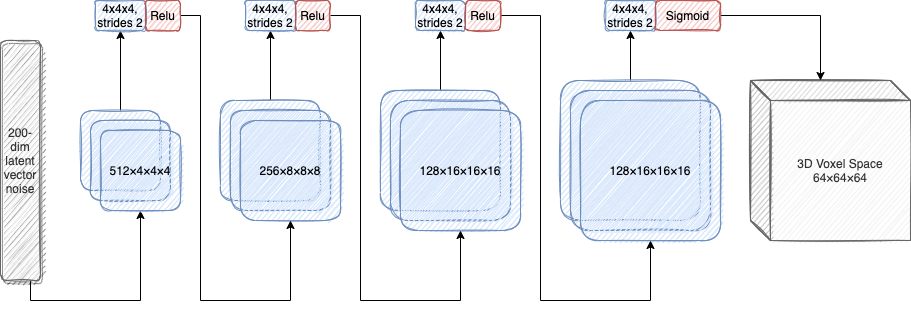
The draw.io diagram GAN/3D-GAN & 3D-VAE-GAN/1610.07584.drawio.png in ZizhengYang/AI-Paper-Collection, before a commit. Source tidied: cells renumbered, new cells last; positions are measured from the earlier drawing's top-left corner, leaving out a move shared by most shapes. Source of this version:
```xml
<mxGraphModel>
  <root>
    <mxCell id="0" />
    <mxCell id="1" parent="0" />
    <mxCell id="2" style="edgeStyle=orthogonalEdgeStyle;rounded=0;jettySize=auto;html=1;entryX=0.5;entryY=1;entryDx=0;entryDy=0;" parent="1" edge="1" source="3" target="14">
      <mxGeometry relative="1" as="geometry">
        <Array as="points">
          <mxPoint x="30" y="300" />
          <mxPoint x="140" y="300" />
        </Array>
      </mxGeometry>
    </mxCell>
    <mxCell id="3" value="200-dim&lt;br&gt;latent vector noise" style="rounded=1;whiteSpace=wrap;html=1;fillColor=#f5f5f5;fontColor=#333333;strokeColor=#666666;sketch=1;glass=0;shadow=1;" parent="1" vertex="1">
      <mxGeometry y="40" width="40" height="240" as="geometry" />
    </mxCell>
    <mxCell id="4" style="edgeStyle=orthogonalEdgeStyle;rounded=0;jettySize=auto;html=1;entryX=0.5;entryY=1;entryDx=0;entryDy=0;" parent="1" edge="1" source="5" target="21">
      <mxGeometry relative="1" as="geometry" />
    </mxCell>
    <mxCell id="5" style="rounded=1;whiteSpace=wrap;html=1;shadow=0;glass=0;sketch=1;fillColor=#dae8fc;strokeColor=#6c8ebf;" parent="1" vertex="1">
      <mxGeometry x="80" y="110" width="80" height="80" as="geometry" />
    </mxCell>
    <mxCell id="6" style="edgeStyle=orthogonalEdgeStyle;rounded=0;jettySize=auto;html=1;entryX=0.5;entryY=1;entryDx=0;entryDy=0;" parent="1" edge="1" source="7" target="22">
      <mxGeometry relative="1" as="geometry" />
    </mxCell>
    <mxCell id="7" style="rounded=1;whiteSpace=wrap;html=1;shadow=0;glass=0;sketch=1;fillColor=#dae8fc;strokeColor=#6c8ebf;" parent="1" vertex="1">
      <mxGeometry x="220" y="100" width="100" height="100" as="geometry" />
    </mxCell>
    <mxCell id="8" style="edgeStyle=orthogonalEdgeStyle;rounded=0;jettySize=auto;html=1;entryX=0.5;entryY=1;entryDx=0;entryDy=0;" parent="1" edge="1" source="9" target="23">
      <mxGeometry relative="1" as="geometry" />
    </mxCell>
    <mxCell id="9" style="rounded=1;whiteSpace=wrap;html=1;shadow=0;glass=0;sketch=1;fillColor=#dae8fc;strokeColor=#6c8ebf;" parent="1" vertex="1">
      <mxGeometry x="380" y="90" width="120" height="120" as="geometry" />
    </mxCell>
    <mxCell id="10" style="edgeStyle=orthogonalEdgeStyle;rounded=0;jettySize=auto;html=1;entryX=0.5;entryY=1;entryDx=0;entryDy=0;" parent="1" edge="1" source="11" target="30">
      <mxGeometry relative="1" as="geometry" />
    </mxCell>
    <mxCell id="11" style="rounded=1;whiteSpace=wrap;html=1;shadow=0;glass=0;sketch=1;fillColor=#dae8fc;strokeColor=#6c8ebf;" parent="1" vertex="1">
      <mxGeometry x="560" y="80" width="140" height="140" as="geometry" />
    </mxCell>
    <mxCell id="12" value="3D Voxel Space&lt;br/&gt;64×64×64" style="shape=cube;whiteSpace=wrap;html=1;boundedLbl=1;backgroundOutline=1;darkOpacity=0.05;darkOpacity2=0.1;shadow=0;glass=0;sketch=1;fillColor=#f5f5f5;strokeColor=#666666;fontColor=#333333;" parent="1" vertex="1">
      <mxGeometry x="750" y="80" width="160" height="160" as="geometry" />
    </mxCell>
    <mxCell id="13" style="rounded=1;whiteSpace=wrap;html=1;shadow=0;glass=0;sketch=1;fillColor=#dae8fc;strokeColor=#6c8ebf;" parent="1" vertex="1">
      <mxGeometry x="90" y="120" width="80" height="80" as="geometry" />
    </mxCell>
    <mxCell id="14" value="512×4×4×4" style="rounded=1;whiteSpace=wrap;html=1;shadow=0;glass=0;sketch=1;fillColor=#dae8fc;strokeColor=#6c8ebf;" parent="1" vertex="1">
      <mxGeometry x="100" y="130" width="80" height="80" as="geometry" />
    </mxCell>
    <mxCell id="15" style="rounded=1;whiteSpace=wrap;html=1;shadow=0;glass=0;sketch=1;fillColor=#dae8fc;strokeColor=#6c8ebf;" parent="1" vertex="1">
      <mxGeometry x="230" y="110" width="100" height="100" as="geometry" />
    </mxCell>
    <mxCell id="16" value="256×8×8×8" style="rounded=1;whiteSpace=wrap;html=1;shadow=0;glass=0;sketch=1;fillColor=#dae8fc;strokeColor=#6c8ebf;" parent="1" vertex="1">
      <mxGeometry x="240" y="120" width="100" height="100" as="geometry" />
    </mxCell>
    <mxCell id="17" style="rounded=1;whiteSpace=wrap;html=1;shadow=0;glass=0;sketch=1;fillColor=#dae8fc;strokeColor=#6c8ebf;" parent="1" vertex="1">
      <mxGeometry x="390" y="100" width="120" height="120" as="geometry" />
    </mxCell>
    <mxCell id="18" value="128×16×16×16" style="rounded=1;whiteSpace=wrap;html=1;shadow=0;glass=0;sketch=1;fillColor=#dae8fc;strokeColor=#6c8ebf;" parent="1" vertex="1">
      <mxGeometry x="400" y="110" width="120" height="120" as="geometry" />
    </mxCell>
    <mxCell id="19" style="rounded=1;whiteSpace=wrap;html=1;shadow=0;glass=0;sketch=1;fillColor=#dae8fc;strokeColor=#6c8ebf;" parent="1" vertex="1">
      <mxGeometry x="570" y="90" width="140" height="140" as="geometry" />
    </mxCell>
    <mxCell id="20" value="128×16×16×16" style="rounded=1;whiteSpace=wrap;html=1;shadow=0;glass=0;sketch=1;fillColor=#dae8fc;strokeColor=#6c8ebf;" parent="1" vertex="1">
      <mxGeometry x="580" y="100" width="140" height="140" as="geometry" />
    </mxCell>
    <mxCell id="21" value="4x4x4, strides 2" style="rounded=1;whiteSpace=wrap;html=1;shadow=0;glass=0;sketch=1;fillColor=#dae8fc;strokeColor=#6c8ebf;" parent="1" vertex="1">
      <mxGeometry x="95" width="50" height="30" as="geometry" />
    </mxCell>
    <mxCell id="22" value="4x4x4, strides 2" style="rounded=1;whiteSpace=wrap;html=1;shadow=0;glass=0;sketch=1;fillColor=#dae8fc;strokeColor=#6c8ebf;" parent="1" vertex="1">
      <mxGeometry x="245" width="50" height="30" as="geometry" />
    </mxCell>
    <mxCell id="23" value="4x4x4, strides 2" style="rounded=1;whiteSpace=wrap;html=1;shadow=0;glass=0;sketch=1;fillColor=#dae8fc;strokeColor=#6c8ebf;" parent="1" vertex="1">
      <mxGeometry x="415" width="50" height="30" as="geometry" />
    </mxCell>
    <mxCell id="24" style="edgeStyle=orthogonalEdgeStyle;rounded=0;jettySize=auto;html=1;entryX=0.5;entryY=1;entryDx=0;entryDy=0;" parent="1" edge="1" source="25" target="16">
      <mxGeometry relative="1" as="geometry">
        <Array as="points">
          <mxPoint x="200" y="15" />
          <mxPoint x="200" y="300" />
          <mxPoint x="290" y="300" />
        </Array>
      </mxGeometry>
    </mxCell>
    <mxCell id="25" value="Relu" style="rounded=1;whiteSpace=wrap;html=1;shadow=0;glass=0;sketch=1;fillColor=#f8cecc;strokeColor=#b85450;" parent="1" vertex="1">
      <mxGeometry x="145" width="35" height="30" as="geometry" />
    </mxCell>
    <mxCell id="26" style="edgeStyle=orthogonalEdgeStyle;rounded=0;jettySize=auto;html=1;entryX=0.5;entryY=1;entryDx=0;entryDy=0;" parent="1" edge="1" source="27" target="18">
      <mxGeometry relative="1" as="geometry">
        <Array as="points">
          <mxPoint x="360" y="15" />
          <mxPoint x="360" y="300" />
          <mxPoint x="460" y="300" />
        </Array>
      </mxGeometry>
    </mxCell>
    <mxCell id="27" value="Relu" style="rounded=1;whiteSpace=wrap;html=1;shadow=0;glass=0;sketch=1;fillColor=#f8cecc;strokeColor=#b85450;" parent="1" vertex="1">
      <mxGeometry x="295" width="35" height="30" as="geometry" />
    </mxCell>
    <mxCell id="28" style="edgeStyle=orthogonalEdgeStyle;rounded=0;jettySize=auto;html=1;entryX=0.5;entryY=1;entryDx=0;entryDy=0;" parent="1" edge="1" source="29" target="20">
      <mxGeometry relative="1" as="geometry">
        <Array as="points">
          <mxPoint x="540" y="15" />
          <mxPoint x="540" y="300" />
          <mxPoint x="650" y="300" />
        </Array>
      </mxGeometry>
    </mxCell>
    <mxCell id="29" value="Relu" style="rounded=1;whiteSpace=wrap;html=1;shadow=0;glass=0;sketch=1;fillColor=#f8cecc;strokeColor=#b85450;" parent="1" vertex="1">
      <mxGeometry x="465" width="35" height="30" as="geometry" />
    </mxCell>
    <mxCell id="30" value="4x4x4, strides 2" style="rounded=1;whiteSpace=wrap;html=1;shadow=0;glass=0;sketch=1;fillColor=#dae8fc;strokeColor=#6c8ebf;" parent="1" vertex="1">
      <mxGeometry x="605" width="50" height="30" as="geometry" />
    </mxCell>
    <mxCell id="31" style="edgeStyle=orthogonalEdgeStyle;rounded=0;jettySize=auto;html=1;entryX=0;entryY=0;entryDx=70;entryDy=0;entryPerimeter=0;" parent="1" edge="1" source="32" target="12">
      <mxGeometry relative="1" as="geometry" />
    </mxCell>
    <mxCell id="32" value="Sigmoid" style="rounded=1;whiteSpace=wrap;html=1;shadow=0;glass=0;sketch=1;fillColor=#f8cecc;strokeColor=#b85450;" parent="1" vertex="1">
      <mxGeometry x="655" width="65" height="30" as="geometry" />
    </mxCell>
  </root>
</mxGraphModel>
```
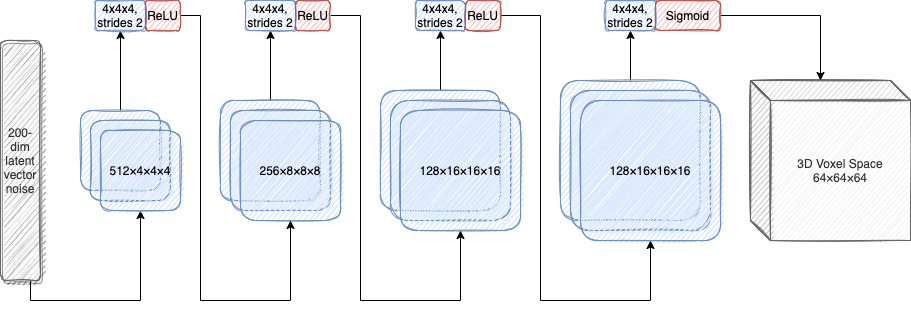
Above is the later version.

What changed in the source:
```diff
@@ -1,4 +1,4 @@
-<mxGraphModel>
+<mxGraphModel background="#ffffff">
   <root>
     <mxCell id="0" />
     <mxCell id="1" parent="0" />
@@ -82,7 +82,7 @@
         </Array>
       </mxGeometry>
     </mxCell>
-    <mxCell id="25" value="Relu" style="rounded=1;whiteSpace=wrap;html=1;shadow=0;glass=0;sketch=1;fillColor=#f8cecc;strokeColor=#b85450;" parent="1" vertex="1">
+    <mxCell id="25" value="ReLU" style="rounded=1;whiteSpace=wrap;html=1;shadow=0;glass=0;sketch=1;fillColor=#f8cecc;strokeColor=#b85450;" parent="1" vertex="1">
       <mxGeometry x="145" width="35" height="30" as="geometry" />
     </mxCell>
     <mxCell id="26" style="edgeStyle=orthogonalEdgeStyle;rounded=0;jettySize=auto;html=1;entryX=0.5;entryY=1;entryDx=0;entryDy=0;" parent="1" edge="1" source="27" target="18">
@@ -94,7 +94,7 @@
         </Array>
       </mxGeometry>
     </mxCell>
-    <mxCell id="27" value="Relu" style="rounded=1;whiteSpace=wrap;html=1;shadow=0;glass=0;sketch=1;fillColor=#f8cecc;strokeColor=#b85450;" parent="1" vertex="1">
+    <mxCell id="27" value="ReLU" style="rounded=1;whiteSpace=wrap;html=1;shadow=0;glass=0;sketch=1;fillColor=#f8cecc;strokeColor=#b85450;" parent="1" vertex="1">
       <mxGeometry x="295" width="35" height="30" as="geometry" />
     </mxCell>
     <mxCell id="28" style="edgeStyle=orthogonalEdgeStyle;rounded=0;jettySize=auto;html=1;entryX=0.5;entryY=1;entryDx=0;entryDy=0;" parent="1" edge="1" source="29" target="20">
@@ -106,7 +106,7 @@
         </Array>
       </mxGeometry>
     </mxCell>
-    <mxCell id="29" value="Relu" style="rounded=1;whiteSpace=wrap;html=1;shadow=0;glass=0;sketch=1;fillColor=#f8cecc;strokeColor=#b85450;" parent="1" vertex="1">
+    <mxCell id="29" value="ReLU" style="rounded=1;whiteSpace=wrap;html=1;shadow=0;glass=0;sketch=1;fillColor=#f8cecc;strokeColor=#b85450;" parent="1" vertex="1">
       <mxGeometry x="465" width="35" height="30" as="geometry" />
     </mxCell>
     <mxCell id="30" value="4x4x4, strides 2" style="rounded=1;whiteSpace=wrap;html=1;shadow=0;glass=0;sketch=1;fillColor=#dae8fc;strokeColor=#6c8ebf;" parent="1" vertex="1">
```
